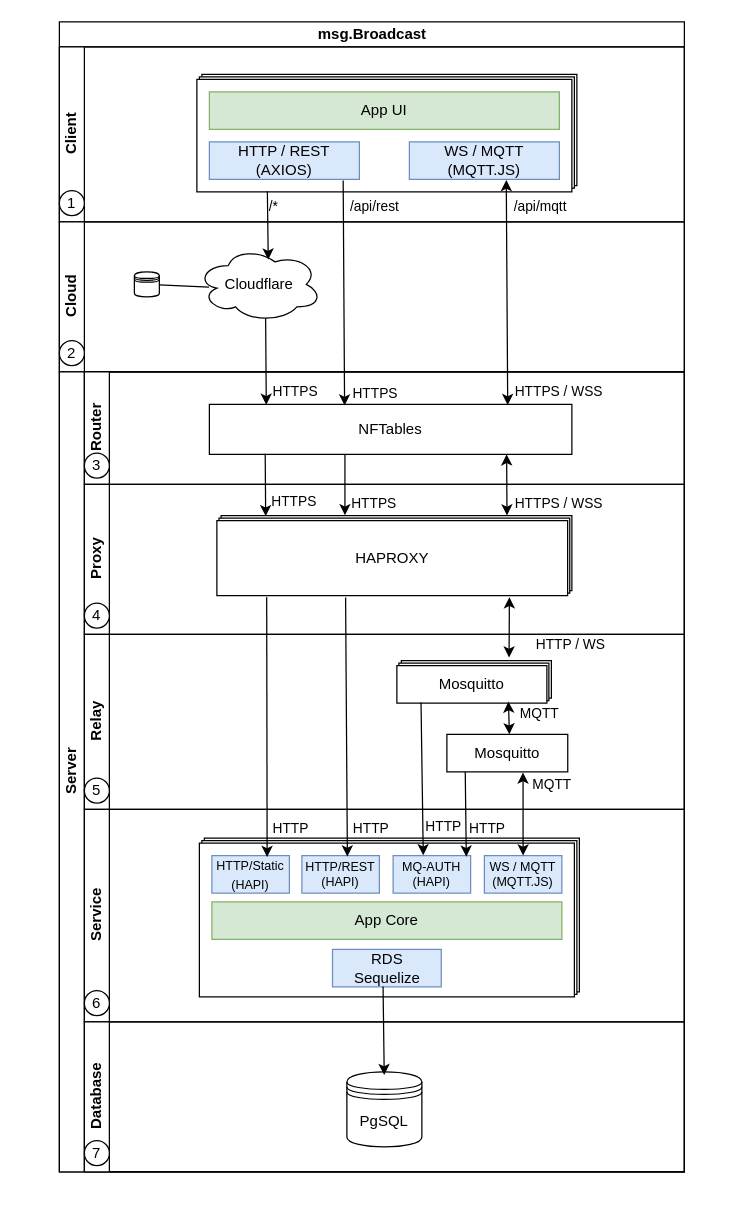
The draw.io diagram page "Architecture-View" (1 of 3) of doc/4-architecture-view.drawio in rse/broadcast, before the edit. Source tidied: cells renumbered, new cells numbered last; positions are measured from the earlier drawing's top-left corner, leaving out a move shared by most shapes. Both pictures are drawn from the tidied source at 125%, with x=0, y=0 at pixel (59, 21).
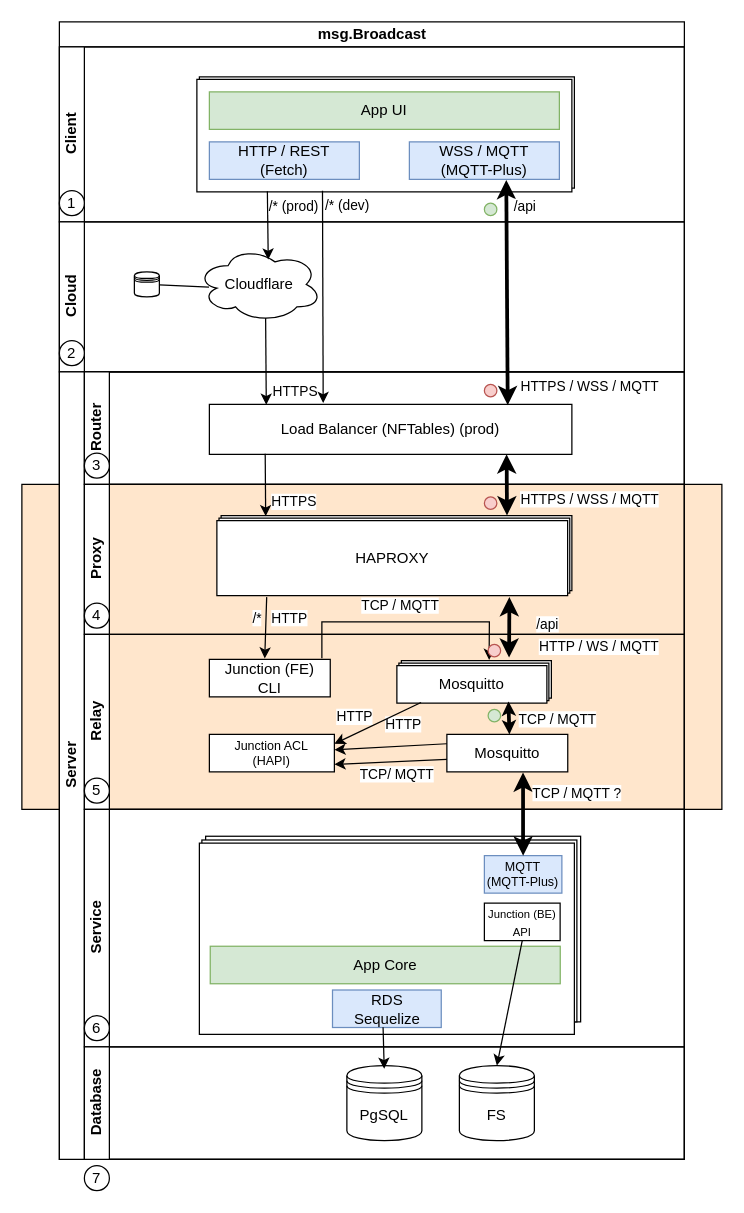
After the change.

Unchanged cells that the change refers to:
```xml
<mxCell id="6" value="Client" style="swimlane;html=1;startSize=20;horizontal=0;" parent="5" vertex="1">
  <mxGeometry y="20" width="500" height="140" as="geometry" />
</mxCell>
<mxCell id="8" style="rounded=0;whiteSpace=wrap;html=1;" parent="6" vertex="1">
  <mxGeometry x="110" y="26" width="300" height="90" as="geometry" />
</mxCell>
<mxCell id="19" value="Router" style="swimlane;startSize=20;horizontal=0;html=1;" parent="18" vertex="1">
  <mxGeometry x="20" width="480" height="90" as="geometry" />
</mxCell>
<mxCell id="22" value="Proxy" style="swimlane;startSize=20;horizontal=0;html=1;" parent="18" vertex="1">
  <mxGeometry x="20" y="90" width="480" height="120" as="geometry" />
</mxCell>
<mxCell id="23" style="rounded=0;whiteSpace=wrap;html=1;" parent="22" vertex="1">
  <mxGeometry x="109.4" y="25" width="280.6" height="60" as="geometry" />
</mxCell>
<mxCell id="25" value="HAPROXY" style="rounded=0;whiteSpace=wrap;html=1;" parent="22" vertex="1">
  <mxGeometry x="106" y="29" width="280.6" height="60" as="geometry" />
</mxCell>
<mxCell id="27" value="Relay" style="swimlane;startSize=20;horizontal=0;html=1;" parent="18" vertex="1">
  <mxGeometry x="20" y="210" width="480" height="140" as="geometry" />
</mxCell>
<mxCell id="28" style="rounded=0;whiteSpace=wrap;html=1;" parent="27" vertex="1">
  <mxGeometry x="253.6" y="21" width="120" height="30" as="geometry" />
</mxCell>
<mxCell id="30" value="Mosquitto" style="rounded=0;whiteSpace=wrap;html=1;" parent="27" vertex="1">
  <mxGeometry x="250" y="25" width="120" height="30" as="geometry" />
</mxCell>
<mxCell id="31" value="Mosquitto" style="rounded=0;whiteSpace=wrap;html=1;" parent="27" vertex="1">
  <mxGeometry x="290" y="80" width="96.7" height="30" as="geometry" />
</mxCell>
<mxCell id="66" style="endArrow=classic;html=1;rounded=0;exitX=0.188;exitY=0.995;exitDx=0;exitDy=0;exitPerimeter=0;entryX=0.571;entryY=0.17;entryDx=0;entryDy=0;entryPerimeter=0;" parent="5" edge="1" source="8" target="14">
  <mxGeometry relative="1" as="geometry" />
</mxCell>
```

The edit, as a diff of the source:
```diff
@@
-    <mxCell id="2" style="rounded=0;whiteSpace=wrap;html=1;" parent="1" vertex="1">
-      <mxGeometry x="116" y="653" width="300" height="123" as="geometry" />
-    </mxCell>
-    <mxCell id="3" style="rounded=0;whiteSpace=wrap;html=1;" parent="1" vertex="1">
-      <mxGeometry x="114" y="655" width="300" height="123" as="geometry" />
-    </mxCell>
-    <mxCell id="4" style="rounded=0;whiteSpace=wrap;html=1;" parent="1" vertex="1">
-      <mxGeometry x="114" y="42" width="300" height="89" as="geometry" />
-    </mxCell>
+    <mxCell id="76" style="rounded=0;whiteSpace=wrap;html=1;fillColor=#FFE6CC;" parent="1" vertex="1">
+      <mxGeometry x="-30" y="370" width="560" height="260" as="geometry" />
+    </mxCell>
     <mxCell id="5" value="msg.Broadcast" style="swimlane;horizontal=1;startSize=20;html=1;" parent="1" vertex="1">
-      <mxGeometry width="500" height="920" as="geometry" />
+      <mxGeometry width="500" height="910" as="geometry" />
     </mxCell>
@@
-    <mxCell id="10" value="WS / MQTT&lt;br&gt;(MQTT.JS)" style="rounded=0;whiteSpace=wrap;html=1;fillColor=#dae8fc;strokeColor=#6c8ebf;" parent="6" vertex="1">
+    <mxCell id="10" value="WSS / MQTT&lt;br&gt;(MQTT-Plus)" style="rounded=0;whiteSpace=wrap;html=1;fillColor=#dae8fc;strokeColor=#6c8ebf;" parent="6" vertex="1">
       <mxGeometry x="280" y="76" width="120" height="30" as="geometry" />
     </mxCell>
-    <mxCell id="11" value="HTTP / REST&lt;br&gt;(AXIOS)" style="rounded=0;whiteSpace=wrap;html=1;fillColor=#dae8fc;strokeColor=#6c8ebf;" parent="6" vertex="1">
+    <mxCell id="11" value="HTTP / REST&lt;br&gt;(Fetch)" style="rounded=0;whiteSpace=wrap;html=1;fillColor=#dae8fc;strokeColor=#6c8ebf;" parent="6" vertex="1">
       <mxGeometry x="120" y="76" width="120" height="30" as="geometry" />
     </mxCell>
@@
+    <mxCell id="77" style="ellipse;whiteSpace=wrap;html=1;fillColor=#d5e8d4;strokeColor=#82b366;" parent="6" vertex="1">
+      <mxGeometry x="340" y="125" width="10" height="10" as="geometry" />
+    </mxCell>
@@
     <mxCell id="18" value="Server" style="swimlane;horizontal=0;startSize=20;html=1;" parent="5" vertex="1">
-      <mxGeometry y="280" width="500" height="640" as="geometry" />
+      <mxGeometry y="280" width="500" height="630" as="geometry" />
     </mxCell>
@@
-    <mxCell id="20" value="NFTables" style="rounded=0;whiteSpace=wrap;html=1;" parent="19" vertex="1">
+    <mxCell id="20" value="Load Balancer (NFTables) (prod)" style="rounded=0;whiteSpace=wrap;html=1;" parent="19" vertex="1">
       <mxGeometry x="100" y="26" width="290" height="40" as="geometry" />
     </mxCell>
@@
+    <mxCell id="78" style="ellipse;whiteSpace=wrap;html=1;fillColor=#f8cecc;strokeColor=#b85450;" parent="19" vertex="1">
+      <mxGeometry x="320" y="10" width="10" height="10" as="geometry" />
+    </mxCell>
@@
+    <mxCell id="79" value="/*" style="edgeLabel;html=1;align=left;verticalAlign=bottom;" parent="22" vertex="1">
+      <mxGeometry x="133" y="115" as="geometry" />
+    </mxCell>
@@
-    <mxCell id="33" style="endArrow=classic;html=1;rounded=0;startArrow=classic;startFill=1;exitX=0.744;exitY=0.958;exitDx=0;exitDy=0;exitPerimeter=0;" parent="27" edge="1" source="30">
+    <mxCell id="33" style="endArrow=classic;html=1;rounded=0;startArrow=classic;startFill=1;exitX=0.744;exitY=0.958;exitDx=0;exitDy=0;exitPerimeter=0;strokeWidth=3;startSize=2;endSize=2;" parent="27" edge="1" source="30">
       <mxGeometry relative="1" as="geometry">
         <mxPoint x="340" y="80" as="targetPoint" />
       </mxGeometry>
     </mxCell>
-    <mxCell id="34" value="MQTT" style="edgeLabel;html=1;align=right;verticalAlign=bottom;" parent="33" vertex="1">
+    <mxCell id="34" value="TCP / MQTT" style="edgeLabel;html=1;align=right;verticalAlign=bottom;" parent="33" vertex="1">
       <mxGeometry x="1" relative="1" as="geometry">
-        <mxPoint x="40" y="-9" as="offset" />
+        <mxPoint x="70" y="-4" as="offset" />
       </mxGeometry>
     </mxCell>
+    <mxCell id="80" value="Junction (FE)&lt;br&gt;CLI" style="rounded=0;whiteSpace=wrap;html=1;" parent="27" vertex="1">
+      <mxGeometry x="100" y="20" width="96.7" height="30" as="geometry" />
+    </mxCell>
+    <mxCell id="81" style="endArrow=classic;html=1;rounded=0;entryX=0.585;entryY=-0.018;entryDx=0;entryDy=0;entryPerimeter=0;" parent="27" edge="1" target="28">
+      <mxGeometry relative="1" as="geometry">
+        <mxPoint x="190" y="19" as="sourcePoint" />
+        <Array as="points">
+          <mxPoint x="190" y="-10" />
+          <mxPoint x="324" y="-10" />
+        </Array>
+      </mxGeometry>
+    </mxCell>
+    <mxCell id="82" value="TCP / MQTT" style="edgeLabel;html=1;align=left;verticalAlign=bottom;" parent="81" vertex="1">
+      <mxGeometry x="-1" relative="1" as="geometry">
+        <mxPoint x="30" y="-34" as="offset" />
+      </mxGeometry>
+    </mxCell>
+    <mxCell id="83" style="ellipse;whiteSpace=wrap;html=1;fillColor=#f8cecc;strokeColor=#b85450;" parent="27" vertex="1">
+      <mxGeometry x="323" y="8" width="10" height="10" as="geometry" />
+    </mxCell>
+    <mxCell id="84" style="ellipse;whiteSpace=wrap;html=1;fillColor=#d5e8d4;strokeColor=#82b366;" parent="27" vertex="1">
+      <mxGeometry x="323" y="60" width="10" height="10" as="geometry" />
+    </mxCell>
+    <mxCell id="85" value="HTTP" style="edgeLabel;html=1;align=right;verticalAlign=bottom;" parent="27" vertex="1">
+      <mxGeometry x="270" y="80" as="geometry" />
+    </mxCell>
+    <mxCell id="86" style="endArrow=classic;html=1;rounded=0;exitX=0;exitY=0.25;exitDx=0;exitDy=0;" parent="27" edge="1">
+      <mxGeometry relative="1" as="geometry">
+        <mxPoint x="290" y="100" as="sourcePoint" />
+        <mxPoint x="200" y="104" as="targetPoint" />
+      </mxGeometry>
+    </mxCell>
     <mxCell id="35" value="Service" style="swimlane;startSize=20;horizontal=0;html=1;" parent="18" vertex="1">
-      <mxGeometry x="20" y="350" width="480" height="170" as="geometry" />
+      <mxGeometry x="20" y="350" width="480" height="190" as="geometry" />
     </mxCell>
+    <mxCell id="87" style="rounded=0;whiteSpace=wrap;html=1;" parent="35" vertex="1">
+      <mxGeometry x="97" y="21.5" width="300" height="148.5" as="geometry" />
+    </mxCell>
+    <mxCell id="88" style="rounded=0;whiteSpace=wrap;html=1;" parent="35" vertex="1">
+      <mxGeometry x="94" y="24.5" width="300" height="145.5" as="geometry" />
+    </mxCell>
     <mxCell id="36" style="rounded=0;whiteSpace=wrap;html=1;" parent="35" vertex="1">
-      <mxGeometry x="92" y="27" width="300" height="123" as="geometry" />
+      <mxGeometry x="92" y="27" width="300" height="153" as="geometry" />
     </mxCell>
     <mxCell id="37" value="App Core" style="rounded=0;whiteSpace=wrap;html=1;fillColor=#d5e8d4;strokeColor=#82b366;" parent="35" vertex="1">
-      <mxGeometry x="102" y="74" width="280" height="30" as="geometry" />
+      <mxGeometry x="100.7" y="109.5" width="280" height="30" as="geometry" />
     </mxCell>
-    <mxCell id="38" value="WS / MQTT&lt;br style=&quot;font-size: 10px;&quot;&gt;(MQTT.JS)" style="rounded=0;whiteSpace=wrap;html=1;fillColor=#dae8fc;strokeColor=#6c8ebf;fontSize=10;" parent="35" vertex="1">
+    <mxCell id="38" value="MQTT&lt;br style=&quot;font-size: 10px;&quot;&gt;(MQTT-Plus)" style="rounded=0;whiteSpace=wrap;html=1;fillColor=#dae8fc;strokeColor=#6c8ebf;fontSize=10;" parent="35" vertex="1">
       <mxGeometry x="320" y="37" width="62" height="30" as="geometry" />
     </mxCell>
     <mxCell id="39" value="RDS&lt;br&gt;Sequelize" style="rounded=0;whiteSpace=wrap;html=1;fillColor=#dae8fc;strokeColor=#6c8ebf;" parent="35" vertex="1">
-      <mxGeometry x="198.5" y="112" width="87" height="30" as="geometry" />
+      <mxGeometry x="198.5" y="144.5" width="87" height="30" as="geometry" />
     </mxCell>
-    <mxCell id="40" value="MQ-AUTH&lt;br style=&quot;font-size: 10px;&quot;&gt;(HAPI)" style="rounded=0;whiteSpace=wrap;html=1;fillColor=#dae8fc;strokeColor=#6c8ebf;fontSize=10;" parent="35" vertex="1">
-      <mxGeometry x="247" y="37" width="62" height="30" as="geometry" />
-    </mxCell>
-    <mxCell id="41" value="HTTP/REST&lt;br&gt;(HAPI)" style="rounded=0;whiteSpace=wrap;html=1;fillColor=#dae8fc;strokeColor=#6c8ebf;fontSize=10;" parent="35" vertex="1">
-      <mxGeometry x="174" y="37" width="62" height="30" as="geometry" />
-    </mxCell>
-    <mxCell id="42" value="&lt;font style=&quot;font-size: 10px;&quot;&gt;HTTP/Static&lt;br&gt;(HAPI)&lt;/font&gt;" style="rounded=0;whiteSpace=wrap;html=1;fillColor=#dae8fc;strokeColor=#6c8ebf;" parent="35" vertex="1">
-      <mxGeometry x="102" y="37" width="62" height="30" as="geometry" />
-    </mxCell>
+    <mxCell id="89" value="&lt;font style=&quot;font-size: 9px;&quot;&gt;Junction (BE)&lt;br&gt;API&lt;/font&gt;" style="rounded=0;whiteSpace=wrap;html=1;" parent="35" vertex="1">
+      <mxGeometry x="320" y="75" width="60.6" height="30" as="geometry" />
+    </mxCell>
     <mxCell id="43" value="Database" style="swimlane;startSize=20;horizontal=0;html=1;" parent="18" vertex="1">
-      <mxGeometry x="20" y="520" width="480" height="120" as="geometry" />
+      <mxGeometry x="20" y="540" width="480" height="90" as="geometry" />
     </mxCell>
     <mxCell id="44" value="PgSQL" style="shape=datastore;whiteSpace=wrap;html=1;" parent="43" vertex="1">
-      <mxGeometry x="210" y="40" width="60" height="60" as="geometry" />
+      <mxGeometry x="210" y="15" width="60" height="60" as="geometry" />
     </mxCell>
@@
+    <mxCell id="90" value="FS" style="shape=datastore;whiteSpace=wrap;html=1;" parent="43" vertex="1">
+      <mxGeometry x="300" y="15" width="60" height="60" as="geometry" />
+    </mxCell>
@@
-    <mxCell id="49" style="endArrow=classic;html=1;rounded=0;entryX=0.353;entryY=-0.006;entryDx=0;entryDy=0;entryPerimeter=0;exitX=0.374;exitY=0.999;exitDx=0;exitDy=0;exitPerimeter=0;" parent="18" edge="1" source="20" target="23">
-      <mxGeometry relative="1" as="geometry" />
-    </mxCell>
-    <mxCell id="50" value="HTTPS" style="edgeLabel;html=1;align=right;verticalAlign=bottom;" parent="49" vertex="1">
-      <mxGeometry x="1" relative="1" as="geometry">
-        <mxPoint x="42" y="-2" as="offset" />
-      </mxGeometry>
-    </mxCell>
-    <mxCell id="51" style="endArrow=classic;html=1;rounded=0;exitX=0.82;exitY=0.999;exitDx=0;exitDy=0;exitPerimeter=0;entryX=0.815;entryY=-0.003;entryDx=0;entryDy=0;entryPerimeter=0;startArrow=classic;startFill=1;" parent="18" edge="1" source="20" target="23">
+    <mxCell id="51" style="endArrow=classic;html=1;rounded=0;exitX=0.82;exitY=0.999;exitDx=0;exitDy=0;exitPerimeter=0;entryX=0.815;entryY=-0.003;entryDx=0;entryDy=0;entryPerimeter=0;startArrow=classic;startFill=1;strokeWidth=3;" parent="18" edge="1" source="20" target="23">
       <mxGeometry relative="1" as="geometry" />
     </mxCell>
-    <mxCell id="52" value="HTTPS / WSS" style="edgeLabel;html=1;align=right;verticalAlign=bottom;" parent="51" vertex="1">
+    <mxCell id="52" value="HTTPS / WSS / MQTT" style="edgeLabel;html=1;align=right;verticalAlign=bottom;" parent="51" vertex="1">
       <mxGeometry x="1" relative="1" as="geometry">
-        <mxPoint x="77" y="-2" as="offset" />
+        <mxPoint x="122" y="-5" as="offset" />
       </mxGeometry>
     </mxCell>
-    <mxCell id="53" style="endArrow=classic;html=1;rounded=0;exitX=0.834;exitY=1.02;exitDx=0;exitDy=0;exitPerimeter=0;entryX=0.718;entryY=-0.081;entryDx=0;entryDy=0;entryPerimeter=0;startArrow=classic;startFill=1;" parent="18" edge="1" source="25" target="28">
+    <mxCell id="53" style="endArrow=classic;html=1;rounded=0;exitX=0.834;exitY=1.02;exitDx=0;exitDy=0;exitPerimeter=0;entryX=0.718;entryY=-0.081;entryDx=0;entryDy=0;entryPerimeter=0;startArrow=classic;startFill=1;strokeWidth=3;" parent="18" edge="1" source="25" target="28">
       <mxGeometry relative="1" as="geometry" />
     </mxCell>
-    <mxCell id="54" value="HTTP / WS" style="edgeLabel;html=1;align=right;verticalAlign=bottom;" parent="53" vertex="1">
+    <mxCell id="54" value="HTTP / WS / MQTT" style="edgeLabel;html=1;align=right;verticalAlign=bottom;" parent="53" vertex="1">
       <mxGeometry x="1" relative="1" as="geometry">
-        <mxPoint x="77" y="-2" as="offset" />
+        <mxPoint x="120" as="offset" />
       </mxGeometry>
     </mxCell>
-    <mxCell id="55" style="endArrow=classic;html=1;rounded=0;entryX=0.587;entryY=0.025;entryDx=0;entryDy=0;entryPerimeter=0;exitX=0.367;exitY=1.026;exitDx=0;exitDy=0;exitPerimeter=0;" parent="18" edge="1" source="25" target="41">
-      <mxGeometry relative="1" as="geometry" />
-    </mxCell>
-    <mxCell id="56" value="HTTP" style="edgeLabel;html=1;align=right;verticalAlign=bottom;" parent="55" vertex="1">
-      <mxGeometry x="1" relative="1" as="geometry">
-        <mxPoint x="34" y="-15" as="offset" />
-      </mxGeometry>
-    </mxCell>
-    <mxCell id="57" style="endArrow=classic;html=1;rounded=0;exitX=0.142;exitY=1.02;exitDx=0;exitDy=0;exitPerimeter=0;entryX=0.713;entryY=0.037;entryDx=0;entryDy=0;entryPerimeter=0;" parent="18" edge="1" source="25" target="42">
+    <mxCell id="57" style="endArrow=classic;html=1;rounded=0;exitX=0.142;exitY=1.02;exitDx=0;exitDy=0;exitPerimeter=0;entryX=0.458;entryY=-0.023;entryDx=0;entryDy=0;entryPerimeter=0;" parent="18" edge="1" source="25" target="80">
       <mxGeometry relative="1" as="geometry" />
     </mxCell>
     <mxCell id="58" value="HTTP" style="edgeLabel;html=1;align=left;verticalAlign=bottom;" parent="57" vertex="1">
       <mxGeometry x="-1" relative="1" as="geometry">
-        <mxPoint x="3" y="193" as="offset" />
+        <mxPoint x="2" y="25" as="offset" />
       </mxGeometry>
     </mxCell>
@@
-    <mxCell id="60" style="endArrow=classic;html=1;rounded=0;startArrow=classic;startFill=1;exitX=0.63;exitY=1.017;exitDx=0;exitDy=0;exitPerimeter=0;entryX=0.5;entryY=0;entryDx=0;entryDy=0;" parent="18" edge="1" source="31" target="38">
+    <mxCell id="60" style="endArrow=classic;html=1;rounded=0;startArrow=classic;startFill=1;exitX=0.63;exitY=1.017;exitDx=0;exitDy=0;exitPerimeter=0;entryX=0.5;entryY=0;entryDx=0;entryDy=0;strokeWidth=3;" parent="18" edge="1" source="31" target="38">
       <mxGeometry relative="1" as="geometry" />
     </mxCell>
-    <mxCell id="61" value="MQTT" style="edgeLabel;html=1;align=right;verticalAlign=bottom;" parent="60" vertex="1">
+    <mxCell id="61" value="TCP / MQTT ?" style="edgeLabel;html=1;align=right;verticalAlign=bottom;" parent="60" vertex="1">
       <mxGeometry x="1" relative="1" as="geometry">
-        <mxPoint x="39" y="-49" as="offset" />
+        <mxPoint x="79" y="-42" as="offset" />
       </mxGeometry>
     </mxCell>
-    <mxCell id="62" style="endArrow=classic;html=1;rounded=0;entryX=0.389;entryY=-0.009;entryDx=0;entryDy=0;entryPerimeter=0;exitX=0.161;exitY=0.983;exitDx=0;exitDy=0;exitPerimeter=0;" parent="18" edge="1" source="30" target="40">
-      <mxGeometry relative="1" as="geometry" />
-    </mxCell>
-    <mxCell id="63" value="HTTP" style="edgeLabel;html=1;align=right;verticalAlign=bottom;" parent="62" vertex="1">
-      <mxGeometry x="1" relative="1" as="geometry">
-        <mxPoint x="31" y="-14" as="offset" />
-      </mxGeometry>
-    </mxCell>
-    <mxCell id="64" style="endArrow=classic;html=1;rounded=0;entryX=0.944;entryY=0.028;entryDx=0;entryDy=0;entryPerimeter=0;exitX=0.152;exitY=0.994;exitDx=0;exitDy=0;exitPerimeter=0;" parent="18" edge="1" source="31" target="40">
-      <mxGeometry relative="1" as="geometry" />
-    </mxCell>
-    <mxCell id="65" value="HTTP" style="edgeLabel;html=1;align=right;verticalAlign=bottom;" parent="64" vertex="1">
-      <mxGeometry x="1" relative="1" as="geometry">
-        <mxPoint x="31" y="-15" as="offset" />
-      </mxGeometry>
-    </mxCell>
+    <mxCell id="91" style="endArrow=classic;html=1;rounded=0;entryX=0.5;entryY=0;entryDx=0;entryDy=0;exitX=0.5;exitY=1;exitDx=0;exitDy=0;" parent="18" edge="1" source="89" target="90">
+      <mxGeometry relative="1" as="geometry" />
+    </mxCell>
@@
-    <mxCell id="67" value="/*" style="edgeLabel;html=1;align=left;verticalAlign=bottom;" parent="66" vertex="1">
+    <mxCell id="67" value="/* (prod)" style="edgeLabel;html=1;align=left;verticalAlign=bottom;" parent="66" vertex="1">
       <mxGeometry x="-1" relative="1" as="geometry">
         <mxPoint y="20" as="offset" />
       </mxGeometry>
     </mxCell>
@@
-    <mxCell id="70" style="endArrow=classic;html=1;rounded=0;exitX=0.892;exitY=1.033;exitDx=0;exitDy=0;exitPerimeter=0;entryX=0.373;entryY=0.022;entryDx=0;entryDy=0;entryPerimeter=0;" parent="5" edge="1" source="11" target="20">
-      <mxGeometry relative="1" as="geometry" />
-    </mxCell>
-    <mxCell id="71" value="/api/rest" style="edgeLabel;html=1;align=left;verticalAlign=bottom;" parent="70" vertex="1">
-      <mxGeometry x="-1" relative="1" as="geometry">
-        <mxPoint x="4" y="29" as="offset" />
-      </mxGeometry>
-    </mxCell>
-    <mxCell id="72" value="HTTPS" style="edgeLabel;html=1;align=right;verticalAlign=bottom;" parent="70" vertex="1">
-      <mxGeometry x="1" relative="1" as="geometry">
-        <mxPoint x="43" y="-2" as="offset" />
-      </mxGeometry>
-    </mxCell>
-    <mxCell id="73" style="endArrow=classic;html=1;rounded=0;exitX=0.646;exitY=1.016;exitDx=0;exitDy=0;exitPerimeter=0;entryX=0.823;entryY=0.015;entryDx=0;entryDy=0;entryPerimeter=0;startArrow=classic;startFill=1;" parent="5" edge="1" source="10" target="20">
+    <mxCell id="73" style="endArrow=classic;html=1;rounded=0;exitX=0.646;exitY=1.016;exitDx=0;exitDy=0;exitPerimeter=0;entryX=0.823;entryY=0.015;entryDx=0;entryDy=0;entryPerimeter=0;startArrow=classic;startFill=1;strokeWidth=3;" parent="5" edge="1" source="10" target="20">
       <mxGeometry relative="1" as="geometry" />
     </mxCell>
-    <mxCell id="74" value="/api/mqtt" style="edgeLabel;html=1;align=left;verticalAlign=bottom;" parent="73" vertex="1">
+    <mxCell id="74" value="/api" style="edgeLabel;html=1;align=left;verticalAlign=bottom;" parent="73" vertex="1">
       <mxGeometry x="-1" relative="1" as="geometry">
         <mxPoint x="4" y="30" as="offset" />
       </mxGeometry>
     </mxCell>
-    <mxCell id="75" value="HTTPS / WSS" style="edgeLabel;html=1;align=right;verticalAlign=bottom;" parent="73" vertex="1">
+    <mxCell id="75" value="HTTPS / WSS / MQTT" style="edgeLabel;html=1;align=right;verticalAlign=bottom;" parent="73" vertex="1">
       <mxGeometry x="1" relative="1" as="geometry">
-        <mxPoint x="76" y="-2" as="offset" />
+        <mxPoint x="121" y="-6" as="offset" />
       </mxGeometry>
     </mxCell>
+    <mxCell id="92" style="endArrow=classic;html=1;rounded=0;entryX=0.314;entryY=-0.026;entryDx=0;entryDy=0;entryPerimeter=0;exitX=0.335;exitY=0.991;exitDx=0;exitDy=0;exitPerimeter=0;" parent="5" edge="1" source="8" target="20">
+      <mxGeometry relative="1" as="geometry" />
+    </mxCell>
+    <mxCell id="93" value="/* (dev)" style="edgeLabel;html=1;align=left;verticalAlign=bottom;" parent="92" vertex="1">
+      <mxGeometry x="-1" relative="1" as="geometry">
+        <mxPoint y="20" as="offset" />
+      </mxGeometry>
+    </mxCell>
+    <mxCell id="94" style="ellipse;whiteSpace=wrap;html=1;fillColor=#f8cecc;strokeColor=#b85450;" parent="1" vertex="1">
+      <mxGeometry x="340" y="380" width="10" height="10" as="geometry" />
+    </mxCell>
+    <mxCell id="95" value="/api" style="edgeLabel;html=1;align=left;verticalAlign=bottom;" parent="1" vertex="1">
+      <mxGeometry x="380" y="490" as="geometry" />
+    </mxCell>
+    <mxCell id="40" value="Junction ACL&lt;br&gt;(HAPI)" style="rounded=0;whiteSpace=wrap;html=1;fontSize=10;" parent="1" vertex="1">
+      <mxGeometry x="120" y="570" width="100" height="30" as="geometry" />
+    </mxCell>
+    <mxCell id="62" style="endArrow=classic;html=1;rounded=0;entryX=1;entryY=0.25;entryDx=0;entryDy=0;exitX=0.161;exitY=0.983;exitDx=0;exitDy=0;exitPerimeter=0;" parent="1" edge="1" source="30" target="40">
+      <mxGeometry relative="1" as="geometry" />
+    </mxCell>
+    <mxCell id="63" value="HTTP" style="edgeLabel;html=1;align=right;verticalAlign=bottom;" parent="62" vertex="1">
+      <mxGeometry x="1" relative="1" as="geometry">
+        <mxPoint x="31" y="-14" as="offset" />
+      </mxGeometry>
+    </mxCell>
+    <mxCell id="64" style="endArrow=classic;html=1;rounded=0;exitX=0;exitY=0.25;exitDx=0;exitDy=0;" parent="1" edge="1" source="31" target="40">
+      <mxGeometry relative="1" as="geometry" />
+    </mxCell>
+    <mxCell id="96" value="TCP/ MQTT" style="edgeLabel;html=1;align=right;verticalAlign=bottom;" parent="1" vertex="1">
+      <mxGeometry x="300" y="610" as="geometry" />
+    </mxCell>
```
